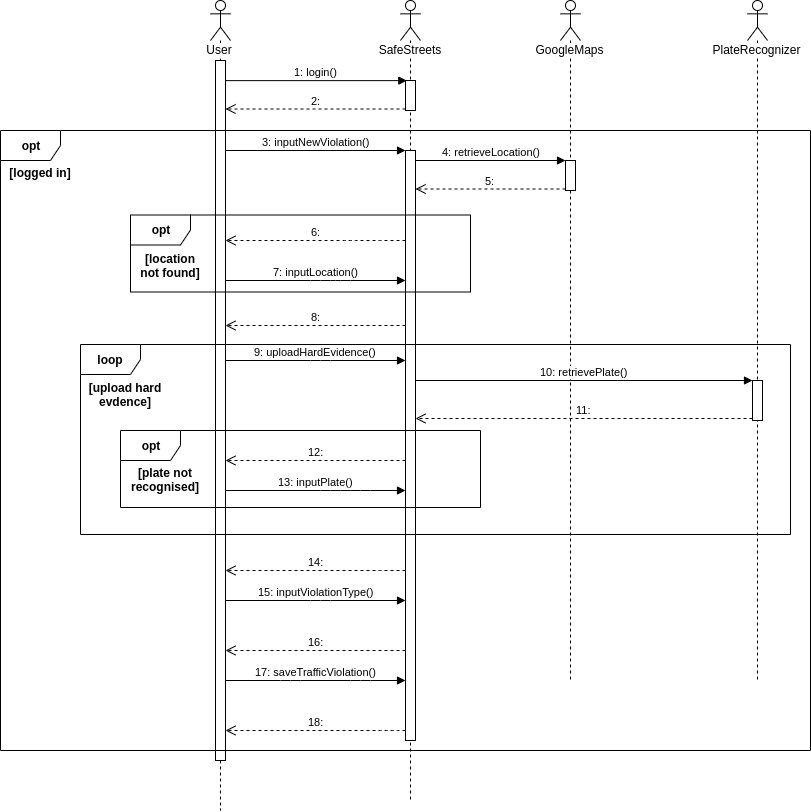
Earlier version of the draw.io export RASD Working Folder/Images/SequenceReportViolation.png (Fabs97/PremiSicilianoTaddeo). Source tidied: cells renumbered, new cells last; positions are measured from the earlier drawing's top-left corner, leaving out a move shared by most shapes.
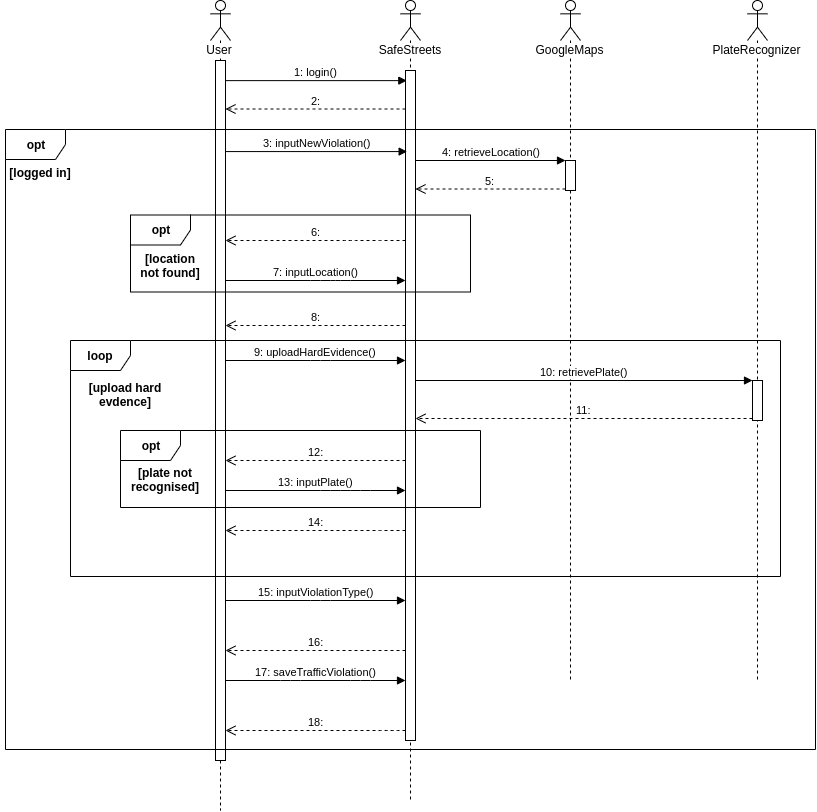
The same file after the commit.

Commit message:
[RASD] - Minor updates, implemented user sequence diagram Unsafe Areas

Change to the diagram source:
```diff
@@ -12,7 +12,7 @@
       <mxGeometry x="400" width="20" height="800" as="geometry" />
     </mxCell>
     <mxCell id="5" style="html=1;points=[];perimeter=orthogonalPerimeter;" parent="4" vertex="1">
-      <mxGeometry x="5" y="150" width="10" height="590" as="geometry" />
+      <mxGeometry x="5" y="70" width="10" height="670" as="geometry" />
     </mxCell>
     <mxCell id="6" value="PlateRecognizer" style="shape=umlLifeline;participant=umlActor;perimeter=lifelinePerimeter;whiteSpace=wrap;html=1;verticalAlign=top;spacingTop=36;labelBackgroundColor=#ffffff;" parent="1" vertex="1">
       <mxGeometry x="747" width="20" height="680" as="geometry" />
@@ -26,16 +26,17 @@
     <mxCell id="9" style="html=1;points=[];perimeter=orthogonalPerimeter;" parent="8" vertex="1">
       <mxGeometry x="5" y="160" width="10" height="30" as="geometry" />
     </mxCell>
-    <mxCell id="10" style="html=1;points=[];perimeter=orthogonalPerimeter;" parent="1" vertex="1">
-      <mxGeometry x="405" y="80" width="10" height="30" as="geometry" />
-    </mxCell>
-    <mxCell id="11" value="1: login()" style="html=1;verticalAlign=bottom;endArrow=block;entryX=0.133;entryY=0.004;entryDx=0;entryDy=0;entryPerimeter=0;" parent="1" edge="1" source="3" target="10">
-      <mxGeometry relative="1" as="geometry" />
+    <mxCell id="11" value="1: login()" style="html=1;verticalAlign=bottom;endArrow=block;entryX=0.133;entryY=0.004;entryDx=0;entryDy=0;entryPerimeter=0;" parent="1" edge="1" source="3">
+      <mxGeometry relative="1" as="geometry">
+        <mxPoint x="406.3" y="80.1" as="targetPoint" />
+      </mxGeometry>
     </mxCell>
-    <mxCell id="12" value="2:" style="html=1;verticalAlign=bottom;endArrow=open;dashed=1;endSize=8;exitX=0;exitY=0.95;" parent="1" edge="1" source="10" target="3">
-      <mxGeometry relative="1" as="geometry" />
+    <mxCell id="12" value="2:" style="html=1;verticalAlign=bottom;endArrow=open;dashed=1;endSize=8;exitX=0;exitY=0.95;" parent="1" edge="1" target="3">
+      <mxGeometry relative="1" as="geometry">
+        <mxPoint x="405" y="108.5" as="sourcePoint" />
+      </mxGeometry>
     </mxCell>
-    <mxCell id="13" value="3: inputNewViolation()" style="html=1;verticalAlign=bottom;endArrow=block;entryX=0;entryY=0;" parent="1" edge="1" source="3" target="5">
+    <mxCell id="13" value="3: inputNewViolation()" style="html=1;verticalAlign=bottom;endArrow=block;entryX=0.166;entryY=0.121;entryDx=0;entryDy=0;entryPerimeter=0;" parent="1" edge="1" source="3" target="5">
       <mxGeometry relative="1" as="geometry" />
     </mxCell>
     <mxCell id="14" value="4: retrieveLocation()" style="html=1;verticalAlign=bottom;endArrow=block;entryX=0;entryY=0;" parent="1" edge="1" source="5" target="9">
@@ -102,13 +103,13 @@
       </mxGeometry>
     </mxCell>
     <mxCell id="26" value="&lt;b&gt;loop&lt;/b&gt;" style="shape=umlFrame;whiteSpace=wrap;html=1;" parent="1" vertex="1">
-      <mxGeometry x="80" y="344" width="710" height="190" as="geometry" />
+      <mxGeometry x="70" y="340" width="710" height="236" as="geometry" />
     </mxCell>
     <mxCell id="27" value="14:" style="html=1;verticalAlign=bottom;endArrow=open;dashed=1;endSize=8;" parent="1" edge="1" source="5" target="3">
       <mxGeometry relative="1" as="geometry">
         <Array as="points">
-          <mxPoint x="370" y="570" />
-          <mxPoint x="320" y="570" />
+          <mxPoint x="370" y="530" />
+          <mxPoint x="320" y="530" />
         </Array>
       </mxGeometry>
     </mxCell>
@@ -155,8 +156,8 @@
     <mxCell id="35" value="[logged in]" style="text;align=center;fontStyle=1;verticalAlign=middle;spacingLeft=3;spacingRight=3;strokeColor=none;" parent="1" vertex="1">
       <mxGeometry y="160" width="80" height="26" as="geometry" />
     </mxCell>
-    <mxCell id="36" value="&lt;b&gt;opt&lt;/b&gt;" style="shape=umlFrame;whiteSpace=wrap;html=1;" parent="1" vertex="1">
-      <mxGeometry y="130" width="810" height="620" as="geometry" />
+    <mxCell id="36" value="&lt;span&gt;opt&lt;/span&gt;" style="shape=umlFrame;whiteSpace=wrap;html=1;fontStyle=1;" parent="1" vertex="1">
+      <mxGeometry x="5" y="129" width="810" height="620" as="geometry" />
     </mxCell>
   </root>
 </mxGraphModel>
```
